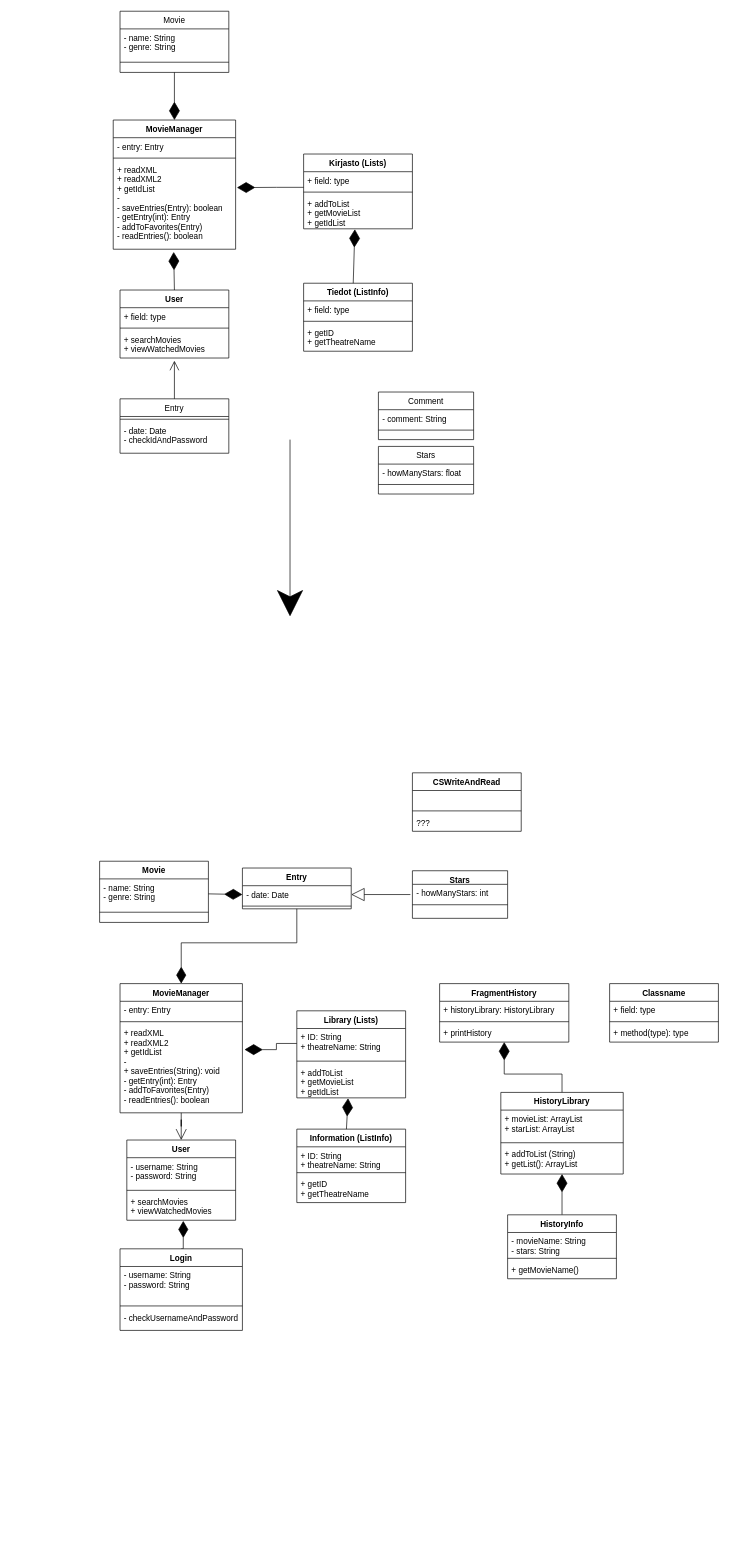
DeveloperLauri/UML-charts-draw.io keeps this draw.io diagram as Untitled Diagram.drawio. Above is the earlier version. Source tidied: cells renumbered, new cells numbered last; positions are measured from the earlier drawing's top-left corner, leaving out a move shared by most shapes. Both pictures are drawn from the tidied source at 68%, with x=0, y=0 at pixel (99, 11).
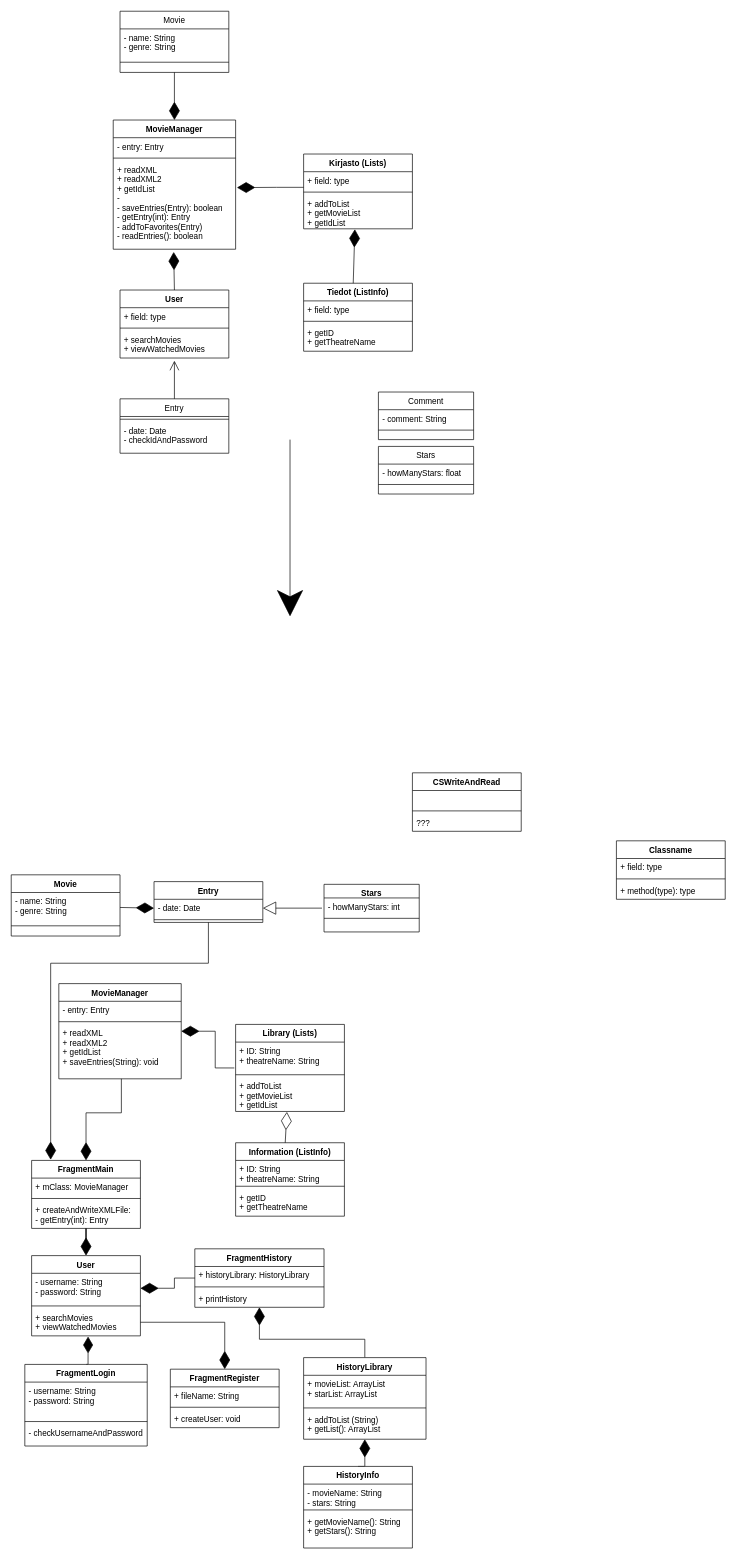
The same diagram, later.

The change refers to these unchanged cells:
```xml
<mxCell id="50" value="- username: String&#10;- password: String&#10;" style="text;strokeColor=none;fillColor=none;align=left;verticalAlign=top;spacingLeft=4;spacingRight=4;overflow=hidden;points=[[0,0.5],[1,0.5]];portConstraint=eastwest;" parent="49" vertex="1">
  <mxGeometry y="26" width="160" height="44" as="geometry" />
</mxCell>
<mxCell id="52" value="+ searchMovies&#10;+ viewWatchedMovies" style="text;strokeColor=none;fillColor=none;align=left;verticalAlign=top;spacingLeft=4;spacingRight=4;overflow=hidden;points=[[0,0.5],[1,0.5]];portConstraint=eastwest;" parent="49" vertex="1">
  <mxGeometry y="78" width="160" height="40" as="geometry" />
</mxCell>
<mxCell id="54" value="+ ID: String&#10;+ theatreName: String" style="text;strokeColor=none;fillColor=none;align=left;verticalAlign=top;spacingLeft=4;spacingRight=4;overflow=hidden;points=[[0,0.5],[1,0.5]];portConstraint=eastwest;" parent="53" vertex="1">
  <mxGeometry y="26" width="160" height="44" as="geometry" />
</mxCell>
<mxCell id="56" value="+ addToList&#10;+ getMovieList&#10;+ getIdList" style="text;strokeColor=none;fillColor=none;align=left;verticalAlign=top;spacingLeft=4;spacingRight=4;overflow=hidden;points=[[0,0.5],[1,0.5]];portConstraint=eastwest;" parent="53" vertex="1">
  <mxGeometry y="78" width="160" height="50" as="geometry" />
</mxCell>
```

Diff of the diagram source:
```diff
@@
     <mxCell id="37" value="Stars" style="swimlane;fontStyle=1;align=center;verticalAlign=top;horizontal=1;startSize=20;rounded=0;shadow=0;strokeWidth=1;" parent="1" vertex="1">
-      <mxGeometry x="460" y="1264" width="140" height="70" as="geometry" />
+      <mxGeometry x="330" y="1284" width="140" height="70" as="geometry" />
     </mxCell>
@@
-    <mxCell id="40" style="edgeStyle=orthogonalEdgeStyle;rounded=0;jettySize=auto;html=1;entryX=0.5;entryY=0;entryDx=0;entryDy=0;startArrow=none;startFill=0;endArrow=diamondThin;endFill=1;startSize=17;endSize=22;sourcePerimeterSpacing=3;targetPerimeterSpacing=3;exitX=0.5;exitY=1;exitDx=0;exitDy=0;" parent="1" edge="1" source="68" target="45">
-      <mxGeometry relative="1" as="geometry">
-        <Array as="points">
-          <mxPoint x="290" y="1370" />
-          <mxPoint x="120" y="1370" />
-        </Array>
-      </mxGeometry>
-    </mxCell>
     <mxCell id="41" value="Movie" style="swimlane;fontStyle=1;align=center;verticalAlign=top;horizontal=1;startSize=26;rounded=0;shadow=0;strokeWidth=1;" parent="1" vertex="1">
-      <mxGeometry y="1250" width="160" height="90" as="geometry" />
+      <mxGeometry x="-130" y="1270" width="160" height="90" as="geometry" />
     </mxCell>
@@
-    <mxCell id="44" style="edgeStyle=orthogonalEdgeStyle;rounded=0;jettySize=auto;html=1;entryX=0.5;entryY=0;entryDx=0;entryDy=0;endArrow=open;endFill=0;endSize=14;" parent="1" edge="1" source="45" target="49">
-      <mxGeometry relative="1" as="geometry" />
-    </mxCell>
+    <mxCell id="94" style="edgeStyle=orthogonalEdgeStyle;rounded=0;jettySize=auto;html=1;startArrow=diamondThin;startFill=1;endArrow=none;endFill=0;startSize=24;endSize=24;entryX=-0.012;entryY=0.864;entryDx=0;entryDy=0;entryPerimeter=0;" parent="1" edge="1" source="45" target="54">
+      <mxGeometry relative="1" as="geometry" />
+    </mxCell>
     <mxCell id="45" value="MovieManager" style="swimlane;fontStyle=1;align=center;verticalAlign=top;horizontal=1;startSize=26;" parent="1" vertex="1">
-      <mxGeometry x="30" y="1430" width="180" height="190" as="geometry" />
+      <mxGeometry x="-60" y="1430" width="180" height="140" as="geometry" />
     </mxCell>
@@
-    <mxCell id="48" value="+ readXML&#10;+ readXML2&#10;+ getIdList&#10;-&#10;+ saveEntries(String): void&#10;- getEntry(int): Entry&#10;- addToFavorites(Entry)&#10;- readEntries(): boolean" style="text;strokeColor=none;fillColor=none;align=left;verticalAlign=top;spacingLeft=4;spacingRight=4;overflow=hidden;points=[[0,0.5],[1,0.5]];portConstraint=eastwest;" parent="45" vertex="1">
-      <mxGeometry y="60" width="180" height="130" as="geometry" />
+    <mxCell id="48" value="+ readXML&#10;+ readXML2&#10;+ getIdList&#10;+ saveEntries(String): void" style="text;strokeColor=none;fillColor=none;align=left;verticalAlign=top;spacingLeft=4;spacingRight=4;overflow=hidden;points=[[0,0.5],[1,0.5]];portConstraint=eastwest;" parent="45" vertex="1">
+      <mxGeometry y="60" width="180" height="80" as="geometry" />
     </mxCell>
     <mxCell id="49" value="User" style="swimlane;fontStyle=1;align=center;verticalAlign=top;horizontal=1;startSize=26;" parent="1" vertex="1">
-      <mxGeometry x="40" y="1660" width="160" height="118" as="geometry" />
+      <mxGeometry x="-100" y="1830" width="160" height="118" as="geometry" />
     </mxCell>
@@
     <mxCell id="53" value="Library (Lists)" style="swimlane;fontStyle=1;align=center;verticalAlign=top;horizontal=1;startSize=26;" parent="1" vertex="1">
-      <mxGeometry x="290" y="1470" width="160" height="128" as="geometry" />
+      <mxGeometry x="200" y="1490" width="160" height="128" as="geometry" />
     </mxCell>
@@
     <mxCell id="57" value="Information (ListInfo)" style="swimlane;fontStyle=1;align=center;verticalAlign=top;horizontal=1;startSize=26;" parent="1" vertex="1">
-      <mxGeometry x="290" y="1644" width="160" height="108" as="geometry" />
+      <mxGeometry x="200" y="1664" width="160" height="108" as="geometry" />
     </mxCell>
@@
-    <mxCell id="61" style="endArrow=diamondThin;endFill=1;endSize=24;html=1;rounded=0;entryX=0.471;entryY=1.013;entryDx=0;entryDy=0;entryPerimeter=0;exitX=0.456;exitY=0;exitDx=0;exitDy=0;exitPerimeter=0;" parent="1" edge="1" source="57" target="56">
+    <mxCell id="61" style="endArrow=diamondThin;endFill=0;endSize=24;html=1;rounded=0;entryX=0.471;entryY=1.013;entryDx=0;entryDy=0;entryPerimeter=0;exitX=0.456;exitY=0;exitDx=0;exitDy=0;exitPerimeter=0;" parent="1" edge="1" source="57" target="56">
       <mxGeometry relative="1" as="geometry" />
     </mxCell>
@@
-    <mxCell id="63" style="edgeStyle=orthogonalEdgeStyle;rounded=0;jettySize=auto;html=1;exitX=0;exitY=0.5;exitDx=0;exitDy=0;entryX=1.017;entryY=0.285;entryDx=0;entryDy=0;entryPerimeter=0;endArrow=diamondThin;endFill=1;endSize=24;startArrow=none;startFill=0;targetPerimeterSpacing=3;sourcePerimeterSpacing=3;startSize=17;" parent="1" edge="1" source="54" target="48">
-      <mxGeometry relative="1" as="geometry" />
-    </mxCell>
-    <mxCell id="64" value="Login" style="swimlane;fontStyle=1;align=center;verticalAlign=top;horizontal=1;startSize=26;" parent="1" vertex="1">
-      <mxGeometry x="30" y="1820" width="180" height="120" as="geometry" />
+    <mxCell id="64" value="FragmentLogin" style="swimlane;fontStyle=1;align=center;verticalAlign=top;horizontal=1;startSize=26;" parent="1" vertex="1">
+      <mxGeometry x="-110" y="1990" width="180" height="120" as="geometry" />
     </mxCell>
@@
+    <mxCell id="95" style="edgeStyle=orthogonalEdgeStyle;rounded=0;jettySize=auto;html=1;entryX=0.175;entryY=-0.01;entryDx=0;entryDy=0;entryPerimeter=0;startArrow=none;startFill=0;endArrow=diamondThin;endFill=1;startSize=24;endSize=24;" parent="1" edge="1" source="68" target="99">
+      <mxGeometry relative="1" as="geometry">
+        <Array as="points">
+          <mxPoint x="160" y="1400" />
+          <mxPoint x="-72" y="1400" />
+        </Array>
+      </mxGeometry>
+    </mxCell>
     <mxCell id="68" value="Entry" style="swimlane;fontStyle=1;align=center;verticalAlign=top;horizontal=1;startSize=26;" parent="1" vertex="1">
-      <mxGeometry x="210" y="1260" width="160" height="60" as="geometry" />
+      <mxGeometry x="80" y="1280" width="160" height="60" as="geometry" />
     </mxCell>
@@
+    <mxCell id="96" style="edgeStyle=orthogonalEdgeStyle;rounded=0;jettySize=auto;html=1;entryX=1;entryY=0.5;entryDx=0;entryDy=0;startArrow=none;startFill=0;endArrow=diamondThin;endFill=1;startSize=24;endSize=24;" parent="1" edge="1" source="77" target="50">
+      <mxGeometry relative="1" as="geometry" />
+    </mxCell>
     <mxCell id="77" value="FragmentHistory" style="swimlane;fontStyle=1;align=center;verticalAlign=top;horizontal=1;startSize=26;" parent="1" vertex="1">
-      <mxGeometry x="500" y="1430" width="190" height="86" as="geometry" />
+      <mxGeometry x="140" y="1820" width="190" height="86" as="geometry" />
     </mxCell>
@@
     <mxCell id="82" value="HistoryLibrary" style="swimlane;fontStyle=1;align=center;verticalAlign=top;horizontal=1;startSize=26;" parent="1" vertex="1">
-      <mxGeometry x="590" y="1590" width="180" height="120" as="geometry" />
+      <mxGeometry x="300" y="1980" width="180" height="120" as="geometry" />
     </mxCell>
@@
     <mxCell id="86" value="HistoryInfo" style="swimlane;fontStyle=1;align=center;verticalAlign=top;horizontal=1;startSize=26;" parent="1" vertex="1">
-      <mxGeometry x="600" y="1770" width="160" height="94" as="geometry" />
+      <mxGeometry x="300" y="2140" width="160" height="120" as="geometry" />
     </mxCell>
@@
-    <mxCell id="89" value="+ getMovieName()" style="text;strokeColor=none;fillColor=none;align=left;verticalAlign=top;spacingLeft=4;spacingRight=4;overflow=hidden;" parent="86" vertex="1">
-      <mxGeometry y="68" width="160" height="26" as="geometry" />
+    <mxCell id="89" value="+ getMovieName(): String&#10;+ getStars(): String&#10;" style="text;strokeColor=none;fillColor=none;align=left;verticalAlign=top;spacingLeft=4;spacingRight=4;overflow=hidden;" parent="86" vertex="1">
+      <mxGeometry y="68" width="160" height="52" as="geometry" />
     </mxCell>
     <mxCell id="90" value="Classname" style="swimlane;fontStyle=1;align=center;verticalAlign=top;horizontal=1;startSize=26;" parent="1" vertex="1">
-      <mxGeometry x="750" y="1430" width="160" height="86" as="geometry" />
+      <mxGeometry x="760" y="1220" width="160" height="86" as="geometry" />
     </mxCell>
@@
+    <mxCell id="97" style="edgeStyle=orthogonalEdgeStyle;rounded=0;jettySize=auto;html=1;entryX=0.511;entryY=1;entryDx=0;entryDy=0;entryPerimeter=0;startArrow=diamondThin;startFill=1;endArrow=none;endFill=0;startSize=24;endSize=24;" parent="1" edge="1" source="99" target="48">
+      <mxGeometry relative="1" as="geometry" />
+    </mxCell>
+    <mxCell id="98" style="edgeStyle=orthogonalEdgeStyle;rounded=0;jettySize=auto;html=1;entryX=0.5;entryY=0;entryDx=0;entryDy=0;startArrow=none;startFill=0;endArrow=diamondThin;endFill=1;startSize=24;endSize=24;" parent="1" edge="1" source="99" target="49">
+      <mxGeometry relative="1" as="geometry" />
+    </mxCell>
+    <mxCell id="99" value="FragmentMain" style="swimlane;fontStyle=1;align=center;verticalAlign=top;horizontal=1;startSize=26;" parent="1" vertex="1">
+      <mxGeometry x="-100" y="1690" width="160" height="100" as="geometry" />
+    </mxCell>
+    <mxCell id="100" value="+ mClass: MovieManager" style="text;strokeColor=none;fillColor=none;align=left;verticalAlign=top;spacingLeft=4;spacingRight=4;overflow=hidden;" parent="99" vertex="1">
+      <mxGeometry y="26" width="160" height="26" as="geometry" />
+    </mxCell>
+    <mxCell id="101" style="line;strokeWidth=1;fillColor=none;align=left;verticalAlign=middle;spacingTop=-1;spacingLeft=3;spacingRight=3;labelPosition=right;" parent="99" vertex="1">
+      <mxGeometry y="52" width="160" height="8" as="geometry" />
+    </mxCell>
+    <mxCell id="102" value="+ createAndWriteXMLFile: &#10;- getEntry(int): Entry&#10;" style="text;strokeColor=none;fillColor=none;align=left;verticalAlign=top;spacingLeft=4;spacingRight=4;overflow=hidden;" parent="99" vertex="1">
+      <mxGeometry y="60" width="160" height="40" as="geometry" />
+    </mxCell>
+    <mxCell id="103" style="edgeStyle=orthogonalEdgeStyle;rounded=0;jettySize=auto;html=1;entryX=1;entryY=0.5;entryDx=0;entryDy=0;startArrow=diamondThin;startFill=1;endArrow=none;endFill=0;startSize=24;endSize=24;" parent="1" edge="1" source="104" target="52">
+      <mxGeometry relative="1" as="geometry" />
+    </mxCell>
+    <mxCell id="104" value="FragmentRegister" style="swimlane;fontStyle=1;align=center;verticalAlign=top;horizontal=1;startSize=26;" parent="1" vertex="1">
+      <mxGeometry x="104" y="1997" width="160" height="86" as="geometry" />
+    </mxCell>
+    <mxCell id="105" value="+ fileName: String" style="text;strokeColor=none;fillColor=none;align=left;verticalAlign=top;spacingLeft=4;spacingRight=4;overflow=hidden;" parent="104" vertex="1">
+      <mxGeometry y="26" width="160" height="26" as="geometry" />
+    </mxCell>
+    <mxCell id="106" style="line;strokeWidth=1;fillColor=none;align=left;verticalAlign=middle;spacingTop=-1;spacingLeft=3;spacingRight=3;labelPosition=right;" parent="104" vertex="1">
+      <mxGeometry y="52" width="160" height="8" as="geometry" />
+    </mxCell>
+    <mxCell id="107" value="+ createUser: void" style="text;strokeColor=none;fillColor=none;align=left;verticalAlign=top;spacingLeft=4;spacingRight=4;overflow=hidden;" parent="104" vertex="1">
+      <mxGeometry y="60" width="160" height="26" as="geometry" />
+    </mxCell>
```
